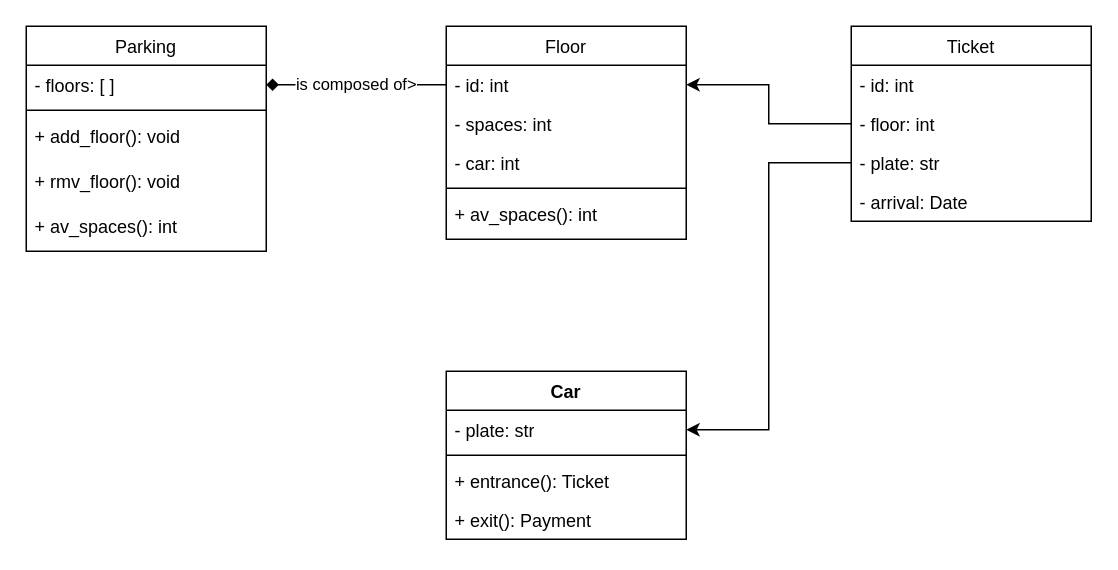
The draw.io diagram ParkEase.drawio in toruke/2tm1_ParkEase, before the edit. Source tidied: cells renumbered, new cells numbered last; positions are measured from the earlier drawing's top-left corner, leaving out a move shared by most shapes. Both pictures are drawn from the tidied source at 150%, with x=0, y=0 at pixel (26, 26).
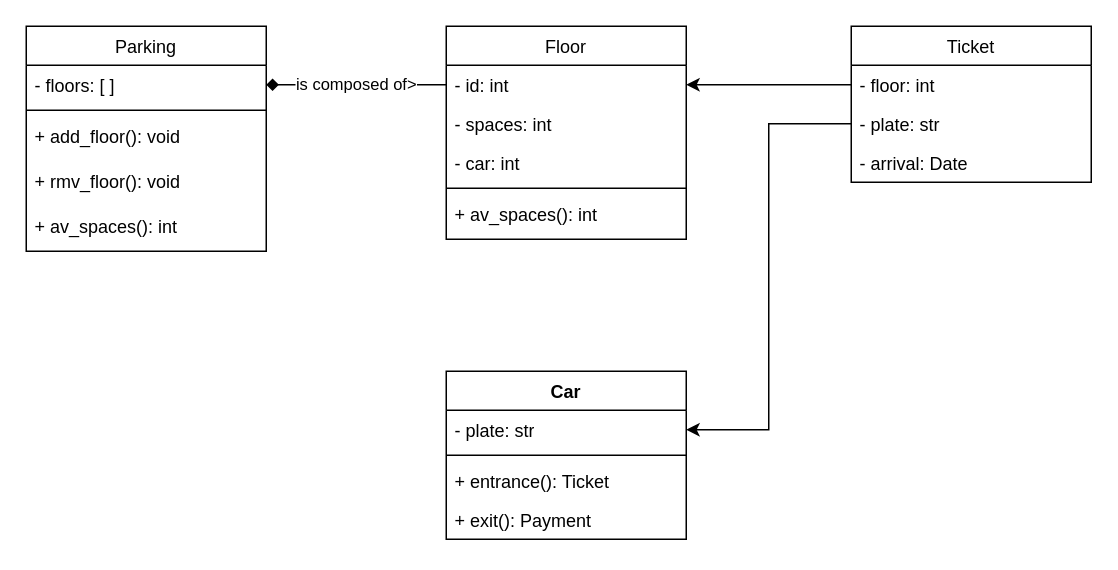
Above is the later version.

Commit message:
suppression de l'id pour la class Ticket

Diff of the diagram source:
```diff
@@
     <mxCell id="14" value="Ticket" style="swimlane;fontStyle=0;align=center;verticalAlign=top;horizontal=1;startSize=26;rounded=0;shadow=0;strokeWidth=1;" parent="1" vertex="1">
-      <mxGeometry x="550" width="160" height="130" as="geometry" />
+      <mxGeometry x="550" width="160" height="104" as="geometry" />
     </mxCell>
-    <mxCell id="15" value="- id: int" style="text;align=left;verticalAlign=top;spacingLeft=4;spacingRight=4;overflow=hidden;" parent="14" vertex="1">
-      <mxGeometry y="26" width="160" height="26" as="geometry" />
-    </mxCell>
     <mxCell id="16" value="- floor: int" style="text;align=left;verticalAlign=top;spacingLeft=4;spacingRight=4;overflow=hidden;points=[[0,0.5],[1,0.5]];portConstraint=eastwest;" parent="14" vertex="1">
-      <mxGeometry y="52" width="160" height="26" as="geometry" />
+      <mxGeometry y="26" width="160" height="26" as="geometry" />
     </mxCell>
     <mxCell id="17" value="- plate: str" style="text;align=left;verticalAlign=top;spacingLeft=4;spacingRight=4;overflow=hidden;points=[[0,0.5],[1,0.5]];portConstraint=eastwest;" parent="14" vertex="1">
-      <mxGeometry y="78" width="160" height="26" as="geometry" />
+      <mxGeometry y="52" width="160" height="26" as="geometry" />
     </mxCell>
     <mxCell id="18" value="- arrival: Date" style="text;align=left;verticalAlign=top;spacingLeft=4;spacingRight=4;overflow=hidden;" parent="14" vertex="1">
-      <mxGeometry y="104" width="160" height="26" as="geometry" />
+      <mxGeometry y="78" width="160" height="26" as="geometry" />
     </mxCell>
```
